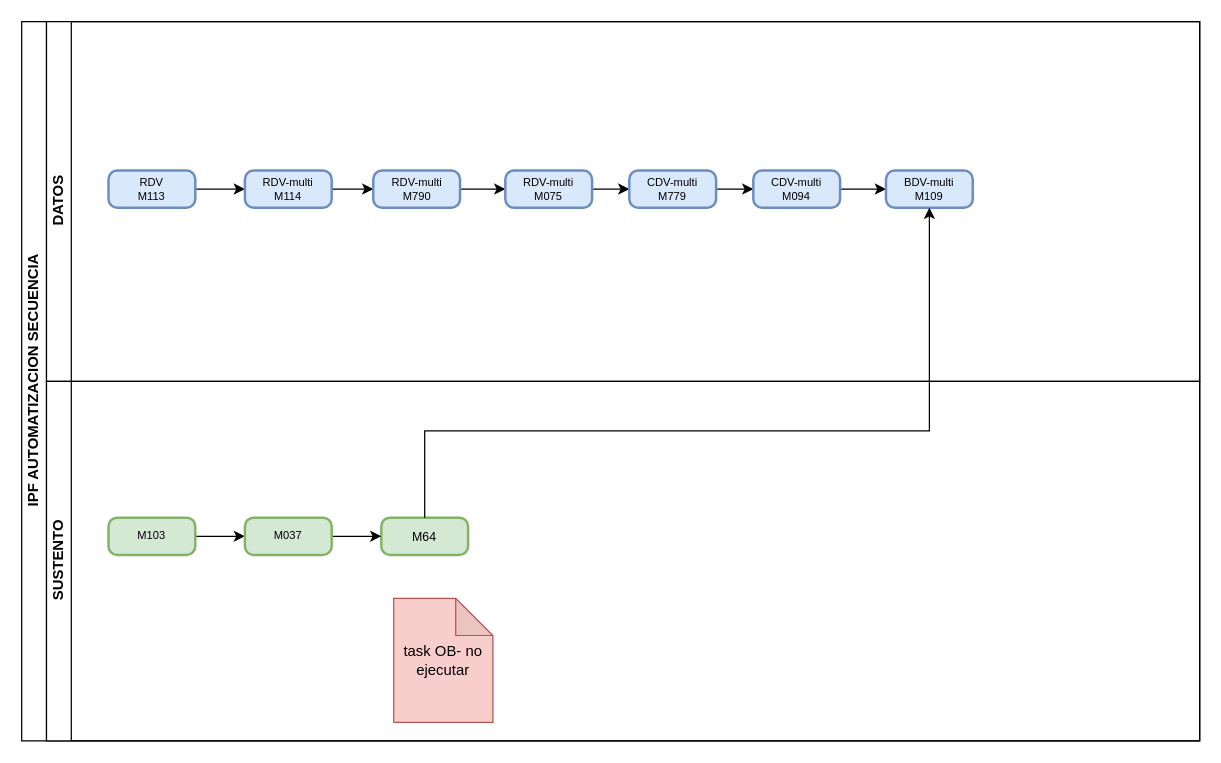
Earlier version of the draw.io diagram IPF-automatizacion-secuencia-ejecucion.drawio (carlsromec/procesos-diagramas). Source tidied: cells renumbered, new cells numbered last; positions are measured from the earlier drawing's top-left corner, leaving out a move shared by most shapes. Both pictures are drawn from the tidied source at 124%, with x=0, y=0 at pixel (21, 21).
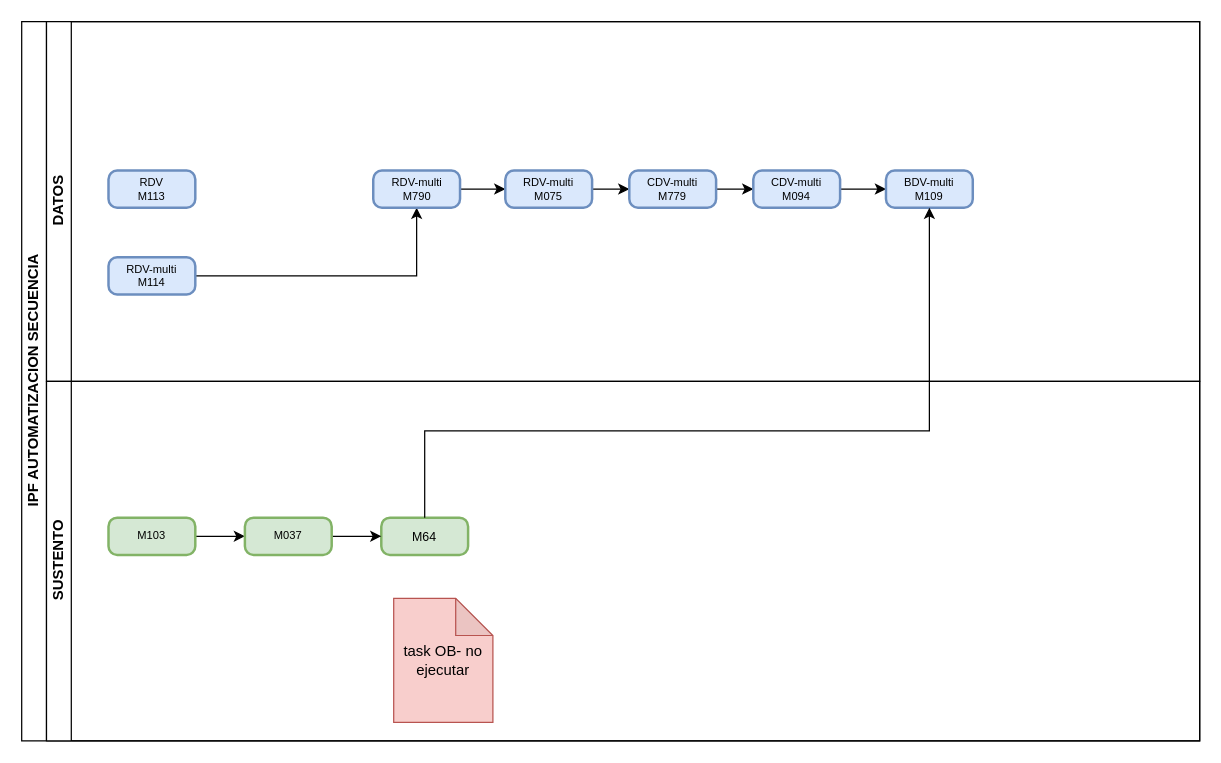
The same diagram, later.

The change refers to these unchanged cells:
```xml
<mxCell id="3" value="DATOS" style="swimlane;startSize=20;horizontal=0;html=1;" parent="2" vertex="1">
  <mxGeometry x="20" width="930" height="290" as="geometry" />
</mxCell>
<mxCell id="5" value="RDV&lt;br&gt;M113" style="rounded=1;whiteSpace=wrap;html=1;absoluteArcSize=1;arcSize=14;strokeWidth=2;fontSize=9;fillColor=#dae8fc;strokeColor=#6c8ebf;" parent="3" vertex="1">
  <mxGeometry x="50" y="120" width="70" height="30" as="geometry" />
</mxCell>
```

The edit, as a diff of the source:
```diff
@@
-    <mxCell id="4" style="edgeStyle=orthogonalEdgeStyle;rounded=0;jettySize=auto;html=1;" parent="3" edge="1" source="5" target="7">
-      <mxGeometry relative="1" as="geometry" />
-    </mxCell>
@@
     <mxCell id="7" value="RDV-multi&lt;br&gt;M114" style="rounded=1;whiteSpace=wrap;html=1;absoluteArcSize=1;arcSize=14;strokeWidth=2;fontSize=9;fillColor=#dae8fc;strokeColor=#6c8ebf;" parent="3" vertex="1">
-      <mxGeometry x="160" y="120" width="70" height="30" as="geometry" />
+      <mxGeometry x="50" y="190" width="70" height="30" as="geometry" />
     </mxCell>
```
